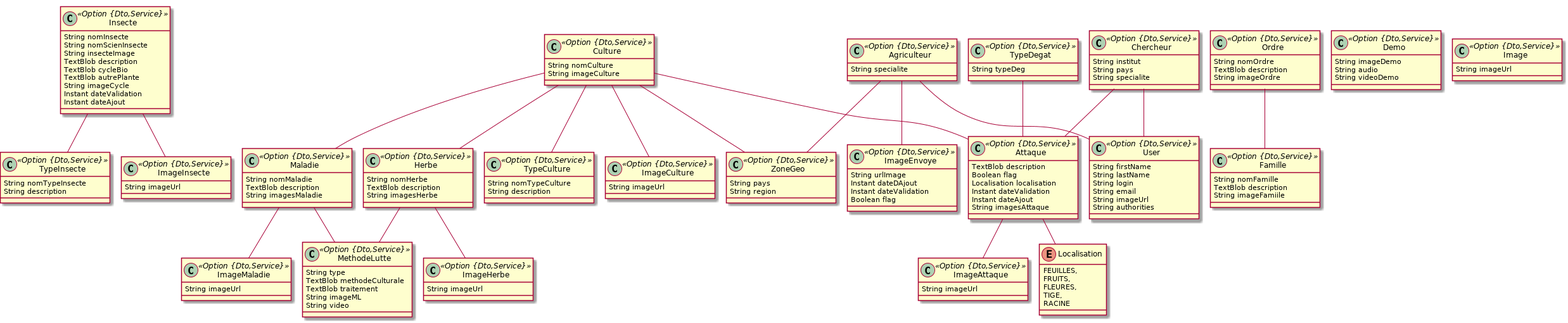
Mzbf/ArSATolProject keeps this PlantUML diagram as model.png. Above is the earlier version.
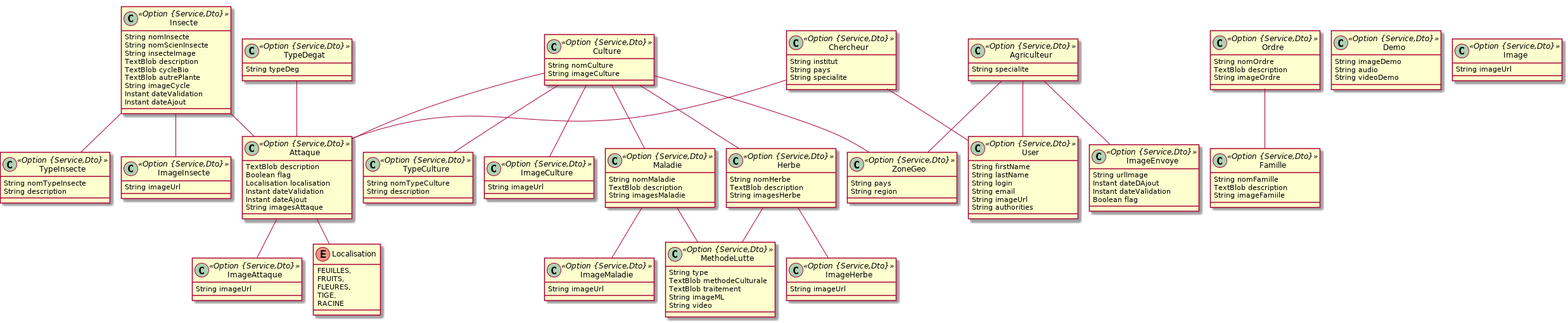
The same file after the commit.

The edit, as a diff of the source:
```diff
@@ -1,7 +1,7 @@
 @startuml
 	!pragma graphviz_dot jdot
 	!pragma syntax class
-	class Insecte <<Option {Dto,Service}>> {
+	class Insecte <<Option {Service,Dto}>> {
 		String nomInsecte
 		String nomScienInsecte
 		String insecteImage
@@ -12,33 +12,33 @@
 		Instant dateValidation
 		Instant dateAjout
 	}
-	class TypeInsecte <<Option {Dto,Service}>> {
+	class TypeInsecte <<Option {Service,Dto}>> {
 		String nomTypeInsecte
 		String description
 	}
-	class Maladie <<Option {Dto,Service}>> {
+	class Maladie <<Option {Service,Dto}>> {
 		String nomMaladie
 		TextBlob description
 		String imagesMaladie
 	}
-	class Herbe <<Option {Dto,Service}>> {
+	class Herbe <<Option {Service,Dto}>> {
 		String nomHerbe
 		TextBlob description
 		String imagesHerbe
 	}
-	class Culture <<Option {Dto,Service}>> {
+	class Culture <<Option {Service,Dto}>> {
 		String nomCulture
 		String imageCulture
 	}
-	class TypeCulture <<Option {Dto,Service}>> {
+	class TypeCulture <<Option {Service,Dto}>> {
 		String nomTypeCulture
 		String description
 	}
-	class ZoneGeo <<Option {Dto,Service}>> {
+	class ZoneGeo <<Option {Service,Dto}>> {
 		String pays
 		String region
 	}
-	class Attaque <<Option {Dto,Service}>> {
+	class Attaque <<Option {Service,Dto}>> {
 		TextBlob description
 		Boolean flag
 		Localisation localisation
@@ -47,43 +47,43 @@
 		String imagesAttaque
 	}
 	Attaque ..> Localisation
-	class MethodeLutte <<Option {Dto,Service}>> {
+	class MethodeLutte <<Option {Service,Dto}>> {
 		String type
 		TextBlob methodeCulturale
 		TextBlob traitement
 		String imageML
 		String video
 	}
-	class ImageEnvoye <<Option {Dto,Service}>> {
+	class ImageEnvoye <<Option {Service,Dto}>> {
 		String urlImage
 		Instant dateDAjout
 		Instant dateValidation
 		Boolean flag
 	}
-	class Agriculteur <<Option {Dto,Service}>> {
+	class Agriculteur <<Option {Service,Dto}>> {
 		String specialite
 	}
-	class Chercheur <<Option {Dto,Service}>> {
+	class Chercheur <<Option {Service,Dto}>> {
 		String institut
 		String pays
 		String specialite
 	}
-	class Famille <<Option {Dto,Service}>> {
+	class Famille <<Option {Service,Dto}>> {
 		String nomFamille
 		TextBlob description
 		String imageFamiile
 	}
-	class Ordre <<Option {Dto,Service}>> {
+	class Ordre <<Option {Service,Dto}>> {
 		String nomOrdre
 		TextBlob description
 		String imageOrdre
 	}
-	class Demo <<Option {Dto,Service}>> {
+	class Demo <<Option {Service,Dto}>> {
 		String imageDemo
 		String audio
 		String videoDemo
 	}
-	class TypeDegat <<Option {Dto,Service}>> {
+	class TypeDegat <<Option {Service,Dto}>> {
 		String typeDeg
 	}
 	enum Localisation {
@@ -93,30 +93,30 @@
 		TIGE,
 		RACINE
 	}
-	class ImageCulture <<Option {Dto,Service}>> {
+	class ImageCulture <<Option {Service,Dto}>> {
 		String imageUrl
 	}
-	class ImageInsecte <<Option {Dto,Service}>> {
+	class ImageInsecte <<Option {Service,Dto}>> {
 		String imageUrl
 	}
-	class ImageAttaque <<Option {Dto,Service}>> {
+	class ImageAttaque <<Option {Service,Dto}>> {
 		String imageUrl
 	}
-	class ImageMaladie <<Option {Dto,Service}>> {
+	class ImageMaladie <<Option {Service,Dto}>> {
 		String imageUrl
 	}
-	class ImageHerbe <<Option {Dto,Service}>> {
+	class ImageHerbe <<Option {Service,Dto}>> {
 		String imageUrl
 	}
-	class Image <<Option {Dto,Service}>> {
+	class Image <<Option {Service,Dto}>> {
 		String imageUrl
 	}
-	Culture  "cultureMaladie 0..* " o--o "culture 0..* "  Maladie
-	Culture  "cultureHerbe 0..* " o--o "culture 0..* "  Herbe
+	Culture  "maladie 0..* " o--o "culture 0..* "  Maladie
+	Culture  "herbe 0..* " o--o "culture 0..* "  Herbe
 	Culture  "typeCulture 0..1 " -- "0..1 "  TypeCulture
 	Culture  "zone 0..* " o--o "culture 0..* "  ZoneGeo
 	Insecte  "insecte 0..1 " --o "0..* "  ImageInsecte
-	Culture  "culture 0..1 " --o "0..* "  ImageCulture
+	Culture  "imageculture 0..1 " --o "0..* "  ImageCulture
 	Attaque  "attaque 0..1 " --o "0..* "  ImageAttaque
 	Herbe  "herbe 0..1 " --o "0..* "  ImageHerbe
 	Maladie  "maladie 0..1 " --o "0..* "  ImageMaladie
@@ -124,14 +124,15 @@
 	Agriculteur  "pays 0..1 " -- "0..1 "  ZoneGeo
 	Herbe  "herbeML 0..1 " -- "0..1 "  MethodeLutte
 	Maladie  "maladieML 0..1 " -- "0..1 "  MethodeLutte
-	Culture  "attaque 0..1 " --o "0..* "  Attaque
+	Culture  "listattaque 0..1 " --o "0..* "  Attaque
+	Insecte  "listattaque 0..1 " --o "0..* "  Attaque
 	Chercheur  "ajoutAttaque 0..1 " --o "0..* "  Attaque
 	Ordre  "ordre 0..1 " --o "0..* "  Famille
 	TypeDegat  "degat 0..1 " --o "0..* "  Attaque
 	Agriculteur  "agriculteur 0..1 " --o "0..* "  ImageEnvoye
 	Agriculteur  "user 0..1 " -- "0..1 "  User
 	Chercheur  "user 0..1 " -- "0..1 "  User
-	class User <<Option {Dto,Service}>> {
+	class User <<Option {Service,Dto}>> {
 		String firstName
 		String lastName
 		String login
```
